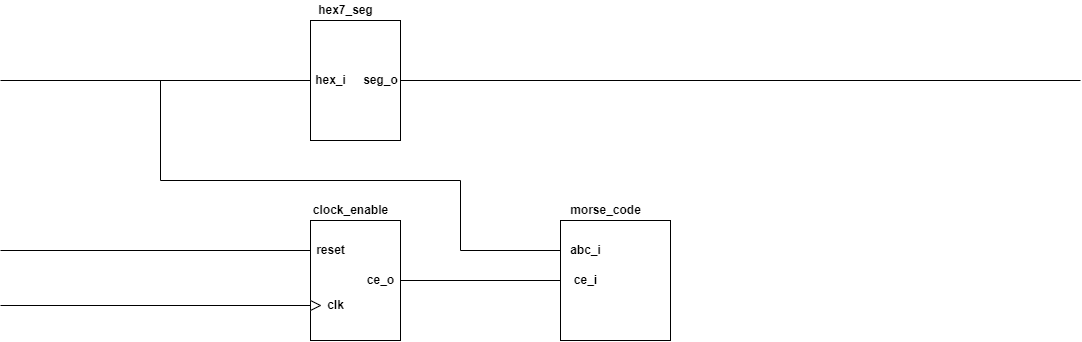
This is labs/project/top.png from Marxs31/digital-electronics-1, a draw.io export, as it was before one commit. Source tidied: cells renumbered, new cells last; positions are measured from the earlier drawing's top-left corner, leaving out a move shared by most shapes.
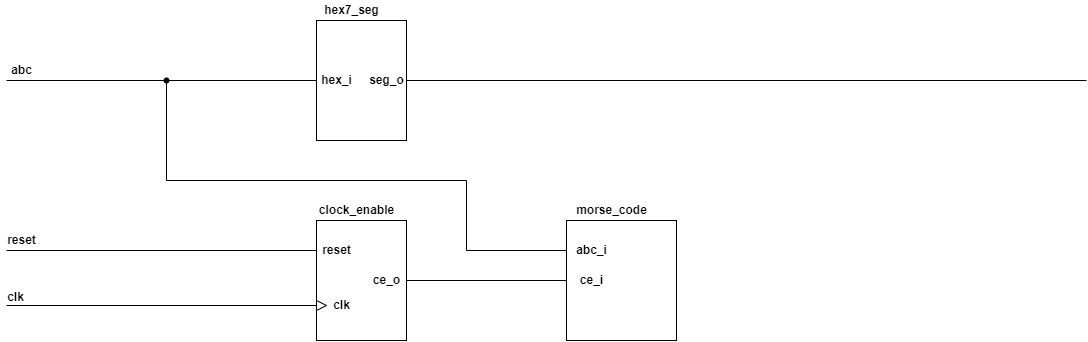
Above is the later version.

Diff of the diagram source:
```diff
@@ -8,10 +8,8 @@
     <mxCell id="3" style="rounded=0;whiteSpace=wrap;html=1;" parent="1" vertex="1">
       <mxGeometry x="310" y="20" width="90" height="120" as="geometry" />
     </mxCell>
-    <mxCell id="4" style="endArrow=none;html=1;rounded=0;entryX=0;entryY=0.5;entryDx=0;entryDy=0;" parent="1" edge="1" target="3">
-      <mxGeometry relative="1" as="geometry">
-        <mxPoint y="80" as="sourcePoint" />
-      </mxGeometry>
+    <mxCell id="4" style="endArrow=none;html=1;rounded=0;entryX=0;entryY=0.5;entryDx=0;entryDy=0;startArrow=none;" parent="1" edge="1" source="23" target="3">
+      <mxGeometry relative="1" as="geometry" />
     </mxCell>
     <mxCell id="5" style="endArrow=none;html=1;rounded=0;entryX=0;entryY=0.25;entryDx=0;entryDy=0;" parent="1" edge="1" target="2">
       <mxGeometry relative="1" as="geometry">
@@ -80,5 +78,22 @@
     <mxCell id="22" value="&lt;b&gt;ce_i&lt;/b&gt;" style="text;html=1;align=center;verticalAlign=middle;strokeColor=none;fillColor=none;" parent="1" vertex="1">
       <mxGeometry x="565" y="270" width="40" height="20" as="geometry" />
     </mxCell>
+    <mxCell id="23" style="shape=waypoint;sketch=0;fillStyle=solid;size=6;points=[];fillColor=none;perimeter=centerPerimeter;snapToPoint=1;" parent="1" vertex="1">
+      <mxGeometry x="140" y="60" width="40" height="40" as="geometry" />
+    </mxCell>
+    <mxCell id="24" style="endArrow=none;html=1;rounded=0;entryDx=0;entryDy=0;" parent="1" edge="1" target="23">
+      <mxGeometry relative="1" as="geometry">
+        <mxPoint y="80" as="sourcePoint" />
+      </mxGeometry>
+    </mxCell>
+    <mxCell id="25" value="&lt;b&gt;abc&lt;/b&gt;" style="text;html=1;align=center;verticalAlign=middle;strokeColor=none;fillColor=none;" parent="1" vertex="1">
+      <mxGeometry x="-5" y="60" width="40" height="20" as="geometry" />
+    </mxCell>
+    <mxCell id="26" value="&lt;b&gt;reset&lt;/b&gt;" style="text;html=1;align=center;verticalAlign=middle;strokeColor=none;fillColor=none;" parent="1" vertex="1">
+      <mxGeometry x="-5" y="230" width="40" height="20" as="geometry" />
+    </mxCell>
+    <mxCell id="27" value="&lt;b&gt;clk&lt;/b&gt;" style="text;html=1;align=center;verticalAlign=middle;strokeColor=none;fillColor=none;" parent="1" vertex="1">
+      <mxGeometry x="-6" y="287" width="30" height="20" as="geometry" />
+    </mxCell>
   </root>
 </mxGraphModel>
```
